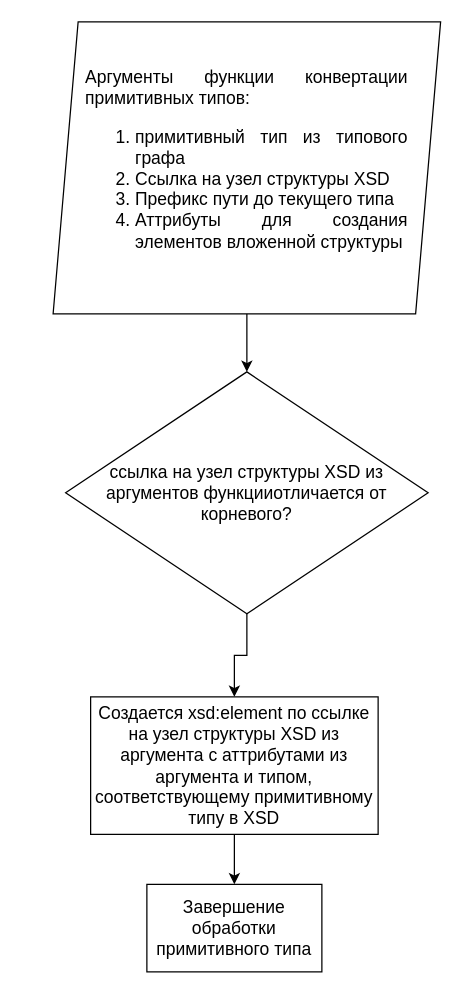
mrsadman99/quicktypeJsonToJsonSchema keeps this draw.io diagram as doc/Формирование XSD для примитивных типов.drawio. Above is the earlier version. Source tidied: cells renumbered, new cells numbered last; positions are measured from the earlier drawing's top-left corner, leaving out a move shared by most shapes. Both pictures are drawn from the tidied source at 125%, with x=0, y=0 at pixel (52, 21).
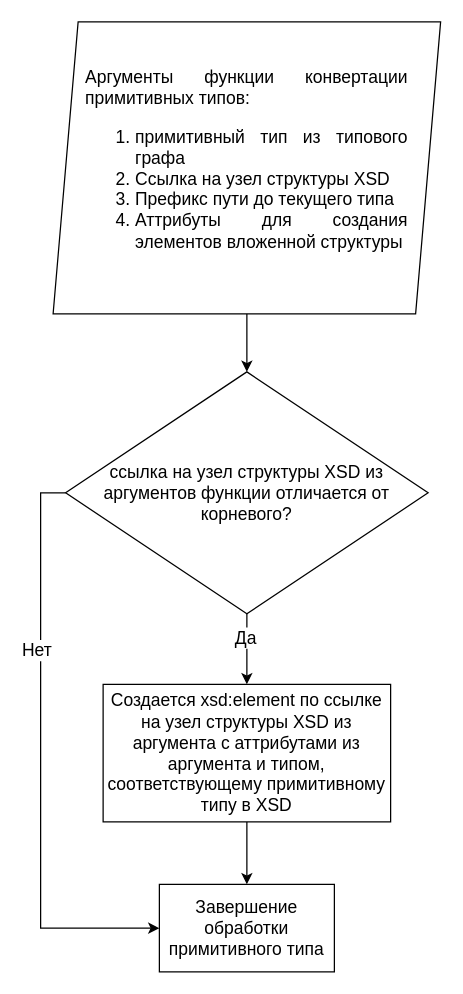
The same diagram, later.

The edit, as a diff of the source:
```diff
@@
 <mxGraphModel>
   <root>
     <mxCell id="0" />
     <mxCell id="1" parent="0" />
     <mxCell id="2" style="edgeStyle=orthogonalEdgeStyle;rounded=0;jettySize=auto;html=1;entryX=0.5;entryY=0;entryDx=0;entryDy=0;fontSize=14;" parent="1" edge="1" source="3" target="5">
       <mxGeometry relative="1" as="geometry" />
     </mxCell>
     <mxCell id="3" value="&lt;div style=&quot;text-align: justify; font-size: 14px;&quot;&gt;Аргументы функции конвертации примитивных типов:&lt;/div&gt;&lt;ol style=&quot;font-size: 14px;&quot;&gt;&lt;li style=&quot;text-align: justify; font-size: 14px;&quot;&gt;примитивный тип из типового графа&lt;/li&gt;&lt;li style=&quot;text-align: justify; font-size: 14px;&quot;&gt;Ссылка на узел структуры XSD&lt;/li&gt;&lt;li style=&quot;text-align: justify; font-size: 14px;&quot;&gt;Префикс пути до текущего типа&lt;/li&gt;&lt;li style=&quot;text-align: justify; font-size: 14px;&quot;&gt;Аттрибуты для создания элементов вложенной структуры&lt;/li&gt;&lt;/ol&gt;" style="shape=parallelogram;perimeter=parallelogramPerimeter;whiteSpace=wrap;html=1;fixedSize=1;spacingLeft=25;spacingRight=25;fontSize=14;" parent="1" vertex="1">
       <mxGeometry width="310" height="233.5" as="geometry" />
     </mxCell>
     <mxCell id="4" style="edgeStyle=orthogonalEdgeStyle;rounded=0;jettySize=auto;html=1;fontSize=14;" parent="1" edge="1" source="5" target="7">
       <mxGeometry relative="1" as="geometry" />
     </mxCell>
+    <mxCell id="9" value="Да" style="edgeLabel;html=1;align=center;verticalAlign=middle;fontSize=14;" parent="4" vertex="1">
+      <mxGeometry x="-0.31" y="-2" relative="1" as="geometry" />
+    </mxCell>
+    <mxCell id="10" style="edgeStyle=orthogonalEdgeStyle;rounded=0;jettySize=auto;html=1;entryX=0;entryY=0.5;entryDx=0;entryDy=0;fontSize=14;" parent="1" edge="1" source="5" target="8">
+      <mxGeometry relative="1" as="geometry">
+        <Array as="points">
+          <mxPoint x="-10" y="377" />
+          <mxPoint x="-10" y="725" />
+        </Array>
+      </mxGeometry>
+    </mxCell>
+    <mxCell id="11" value="Нет" style="edgeLabel;html=1;align=center;verticalAlign=middle;fontSize=14;" parent="10" vertex="1">
+      <mxGeometry x="-0.37" y="-4" relative="1" as="geometry" />
+    </mxCell>
-    <mxCell id="5" value="ссылка на узел структуры XSD из аргументов функцииотличается от корневого?" style="rhombus;whiteSpace=wrap;html=1;fontSize=14;" parent="1" vertex="1">
+    <mxCell id="5" value="ссылка на узел структуры XSD из аргументов функции отличается от корневого?" style="rhombus;whiteSpace=wrap;html=1;fontSize=14;" parent="1" vertex="1">
       <mxGeometry x="10" y="280" width="290" height="193.5" as="geometry" />
     </mxCell>
     <mxCell id="6" style="edgeStyle=orthogonalEdgeStyle;rounded=0;jettySize=auto;html=1;entryX=0.5;entryY=0;entryDx=0;entryDy=0;fontSize=14;" parent="1" edge="1" source="7" target="8">
       <mxGeometry relative="1" as="geometry" />
     </mxCell>
     <mxCell id="7" value="Создается xsd:element по ссылке на узел структуры XSD из аргумента с аттрибутами из аргумента и типом, соответствующему примитивному типу в XSD" style="rounded=0;whiteSpace=wrap;html=1;fontSize=14;" parent="1" vertex="1">
-      <mxGeometry x="30" y="540" width="230" height="110" as="geometry" />
+      <mxGeometry x="40" y="530" width="230" height="110" as="geometry" />
     </mxCell>
     <mxCell id="8" value="Завершение обработки примитивного типа" style="rounded=0;whiteSpace=wrap;html=1;fontSize=14;" parent="1" vertex="1">
-      <mxGeometry x="75" y="690" width="140" height="70" as="geometry" />
+      <mxGeometry x="85" y="690" width="140" height="70" as="geometry" />
     </mxCell>
   </root>
 </mxGraphModel>
```
